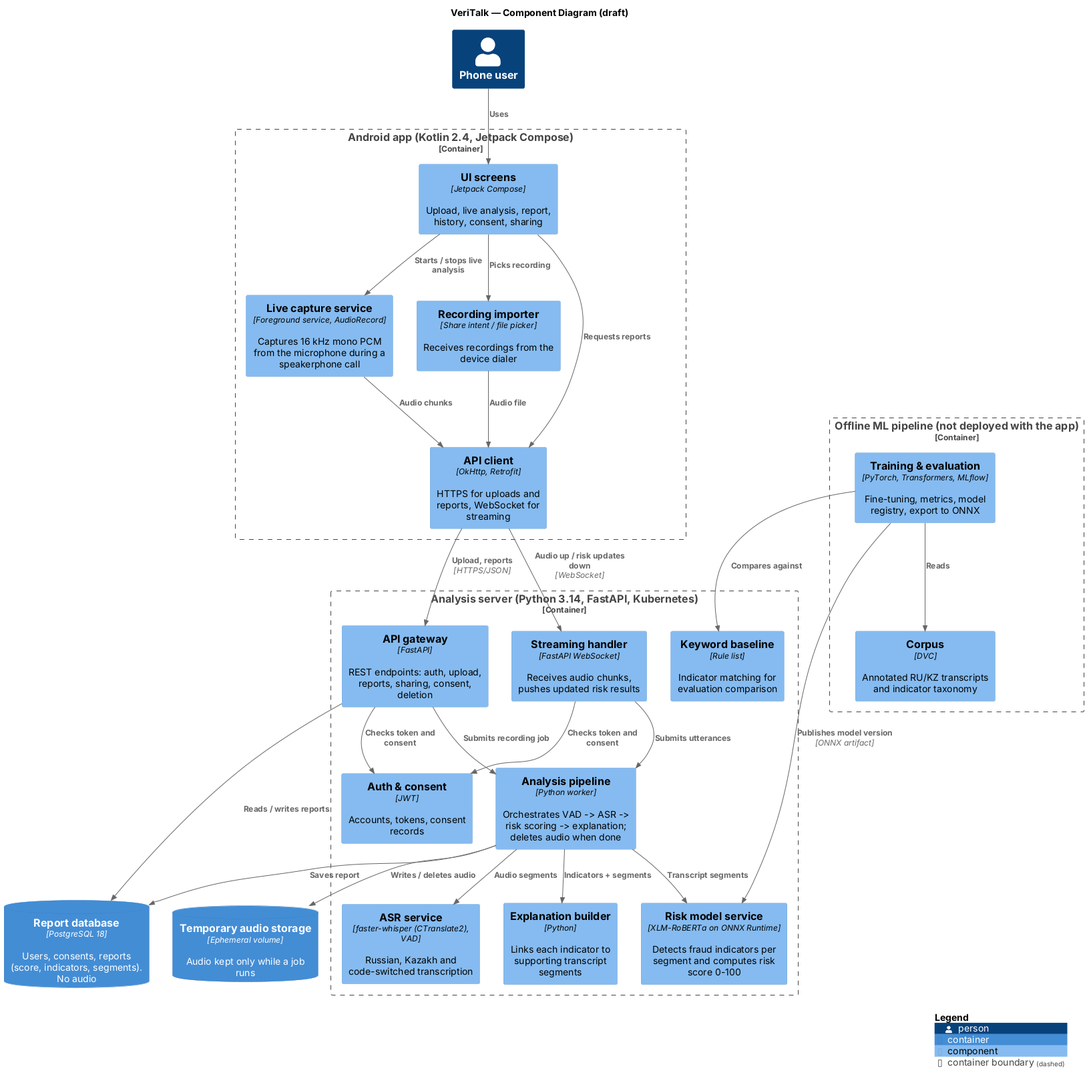
NikAlexan/veritalk keeps this PlantUML diagram as diagrams/03-component.png. Above is the earlier version.
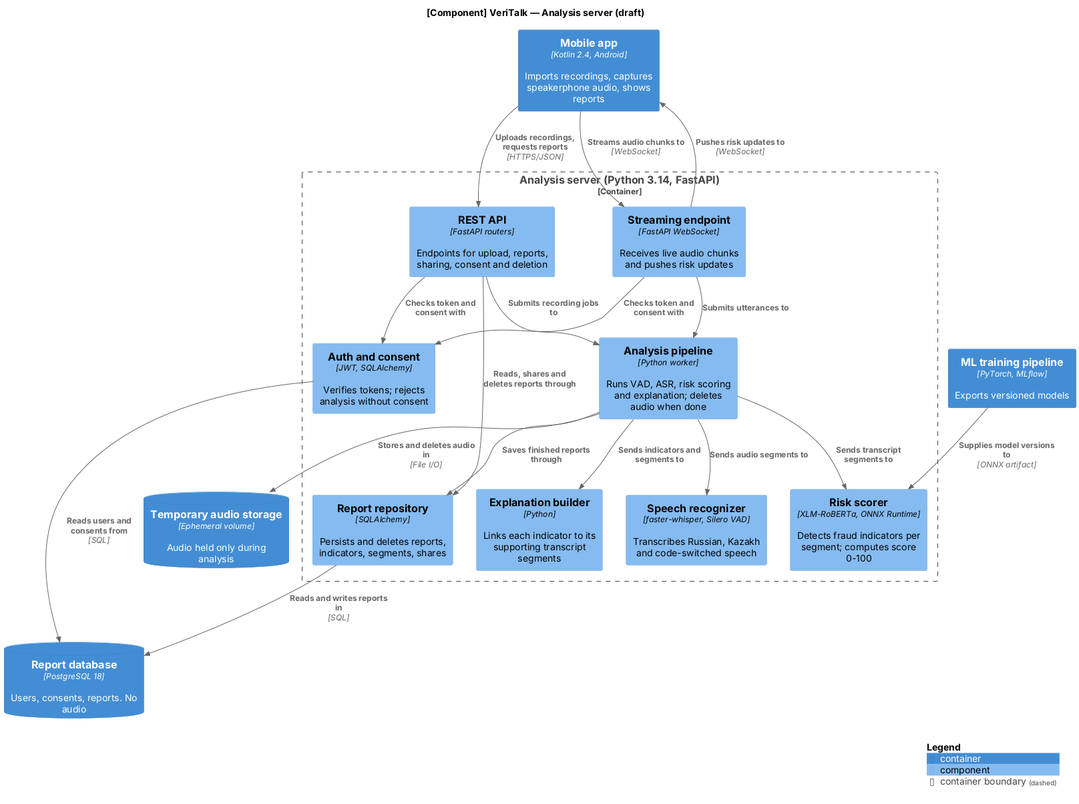
The same file after the commit.

What changed in the source:
```diff
@@ -1,57 +1,40 @@
-@startuml component
+@startuml
 !include <C4/C4_Component>
 
-title VeriTalk — Component Diagram (draft)
+title [Component] VeriTalk — Analysis server (draft)
 
-Person(user, "Phone user")
+Container(app, "Mobile app", "Kotlin 2.4, Android", "Imports recordings, captures speakerphone audio, shows reports")
+ContainerDb(db, "Report database", "PostgreSQL 18", "Users, consents, reports. No audio")
+ContainerDb(tmp, "Temporary audio storage", "Ephemeral volume", "Audio held only during analysis")
+Container(ml, "ML training pipeline", "PyTorch, MLflow", "Exports versioned models")
 
-Container_Boundary(app, "Android app (Kotlin 2.4, Jetpack Compose)") {
-  Component(ui, "UI screens", "Jetpack Compose", "Upload, live analysis, report, history, consent, sharing")
-  Component(capture, "Live capture service", "Foreground service, AudioRecord", "Captures 16 kHz mono PCM from the microphone during a speakerphone call")
-  Component(importer, "Recording importer", "Share intent / file picker", "Receives recordings from the device dialer")
-  Component(client, "API client", "OkHttp, Retrofit", "HTTPS for uploads and reports, WebSocket for streaming")
+Container_Boundary(server, "Analysis server (Python 3.14, FastAPI)") {
+  Component(rest, "REST API", "FastAPI routers", "Endpoints for upload, reports, sharing, consent and deletion")
+  Component(ws, "Streaming endpoint", "FastAPI WebSocket", "Receives live audio chunks and pushes risk updates")
+  Component(auth, "Auth and consent", "JWT, SQLAlchemy", "Verifies tokens; rejects analysis without consent")
+  Component(pipe, "Analysis pipeline", "Python worker", "Runs VAD, ASR, risk scoring and explanation; deletes audio when done")
+  Component(asr, "Speech recognizer", "faster-whisper, Silero VAD", "Transcribes Russian, Kazakh and code-switched speech")
+  Component(risk, "Risk scorer", "XLM-RoBERTa, ONNX Runtime", "Detects fraud indicators per segment; computes score 0-100")
+  Component(expl, "Explanation builder", "Python", "Links each indicator to its supporting transcript segments")
+  Component(repo, "Report repository", "SQLAlchemy", "Persists and deletes reports, indicators, segments, shares")
 }
 
-Container_Boundary(server, "Analysis server (Python 3.14, FastAPI, Kubernetes)") {
-  Component(api, "API gateway", "FastAPI", "REST endpoints: auth, upload, reports, sharing, consent, deletion")
-  Component(stream, "Streaming handler", "FastAPI WebSocket", "Receives audio chunks, pushes updated risk results")
-  Component(auth, "Auth & consent", "JWT", "Accounts, tokens, consent records")
-  Component(pipeline, "Analysis pipeline", "Python worker", "Orchestrates VAD -> ASR -> risk scoring -> explanation; deletes audio when done")
-  Component(asr, "ASR service", "faster-whisper (CTranslate2), VAD", "Russian, Kazakh and code-switched transcription")
-  Component(risk, "Risk model service", "XLM-RoBERTa on ONNX Runtime", "Detects fraud indicators per segment and computes risk score 0-100")
-  Component(baseline, "Keyword baseline", "Rule list", "Indicator matching for evaluation comparison")
-  Component(explain, "Explanation builder", "Python", "Links each indicator to supporting transcript segments")
-}
-
-ContainerDb(db, "Report database", "PostgreSQL 18", "Users, consents, reports (score, indicators, segments). No audio")
-ContainerDb(tmp, "Temporary audio storage", "Ephemeral volume", "Audio kept only while a job runs")
-
-Container_Boundary(mlops, "Offline ML pipeline (not deployed with the app)") {
-  Component(data, "Corpus", "DVC", "Annotated RU/KZ transcripts and indicator taxonomy")
-  Component(train, "Training & evaluation", "PyTorch, Transformers, MLflow", "Fine-tuning, metrics, model registry, export to ONNX")
-}
-
-Rel(user, ui, "Uses")
-Rel(ui, importer, "Picks recording")
-Rel(ui, capture, "Starts / stops live analysis")
-Rel(importer, client, "Audio file")
-Rel(capture, client, "Audio chunks")
-Rel(ui, client, "Requests reports")
-Rel(client, api, "Upload, reports", "HTTPS/JSON")
-Rel(client, stream, "Audio up / risk updates down", "WebSocket")
-Rel(api, auth, "Checks token and consent")
-Rel(stream, auth, "Checks token and consent")
-Rel(api, pipeline, "Submits recording job")
-Rel(stream, pipeline, "Submits utterances")
-Rel(pipeline, tmp, "Writes / deletes audio")
-Rel(pipeline, asr, "Audio segments")
-Rel(pipeline, risk, "Transcript segments")
-Rel(pipeline, explain, "Indicators + segments")
-Rel(api, db, "Reads / writes reports")
-Rel(pipeline, db, "Saves report")
-Rel(train, data, "Reads")
-Rel(train, risk, "Publishes model version", "ONNX artifact")
-Rel(train, baseline, "Compares against")
+Rel(app, rest, "Uploads recordings, requests reports", "HTTPS/JSON")
+Rel(app, ws, "Streams audio chunks to", "WebSocket")
+Rel(ws, app, "Pushes risk updates to", "WebSocket")
+Rel(rest, auth, "Checks token and consent with")
+Rel(ws, auth, "Checks token and consent with")
+Rel(rest, pipe, "Submits recording jobs to")
+Rel(ws, pipe, "Submits utterances to")
+Rel(pipe, tmp, "Stores and deletes audio in", "File I/O")
+Rel(pipe, asr, "Sends audio segments to")
+Rel(pipe, risk, "Sends transcript segments to")
+Rel(pipe, expl, "Sends indicators and segments to")
+Rel(pipe, repo, "Saves finished reports through")
+Rel(rest, repo, "Reads, shares and deletes reports through")
+Rel(auth, db, "Reads users and consents from", "SQL")
+Rel(repo, db, "Reads and writes reports in", "SQL")
+Rel(ml, risk, "Supplies model versions to", "ONNX artifact")
 
 SHOW_LEGEND()
 @enduml
```
